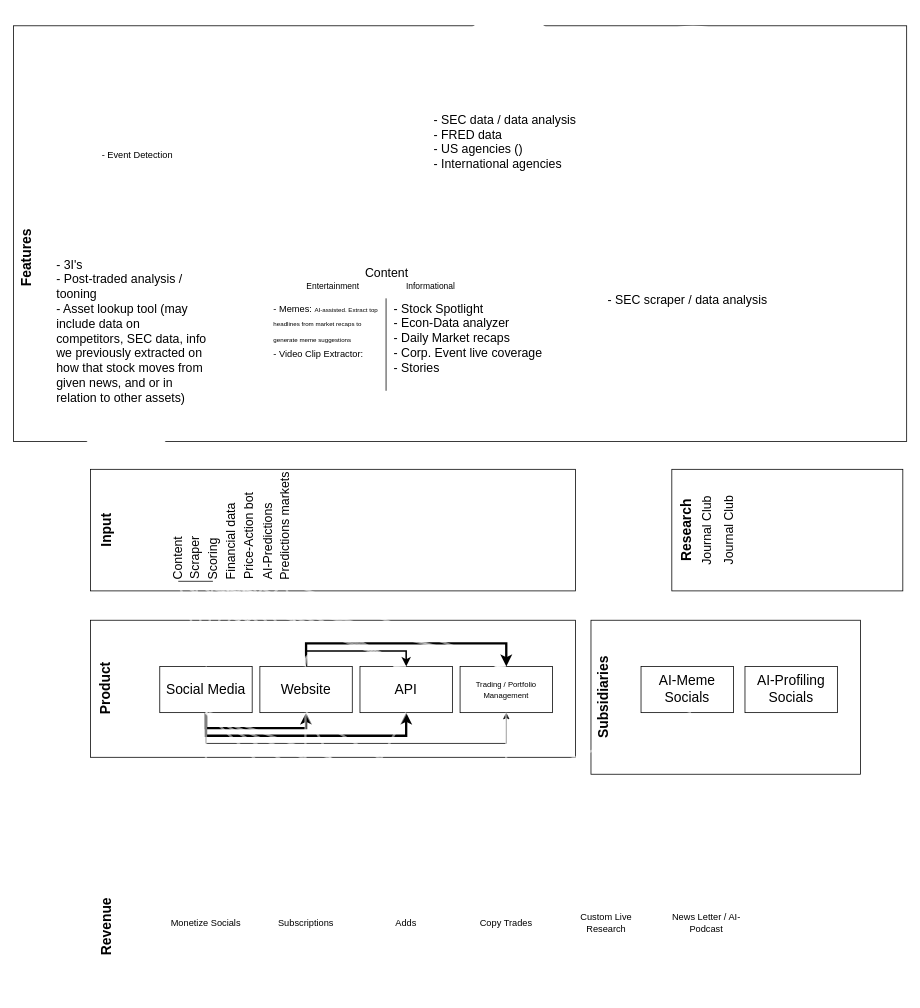
WillsHarris/Polaron_Claude_2024_contest keeps this draw.io diagram as Untitled Diagram.drawio. Above is the earlier version. Source tidied: cells renumbered, new cells numbered last; positions are measured from the earlier drawing's top-left corner, leaving out a move shared by most shapes. Both pictures are drawn from the tidied source at 77%, with x=0, y=0 at pixel (-156, 13).
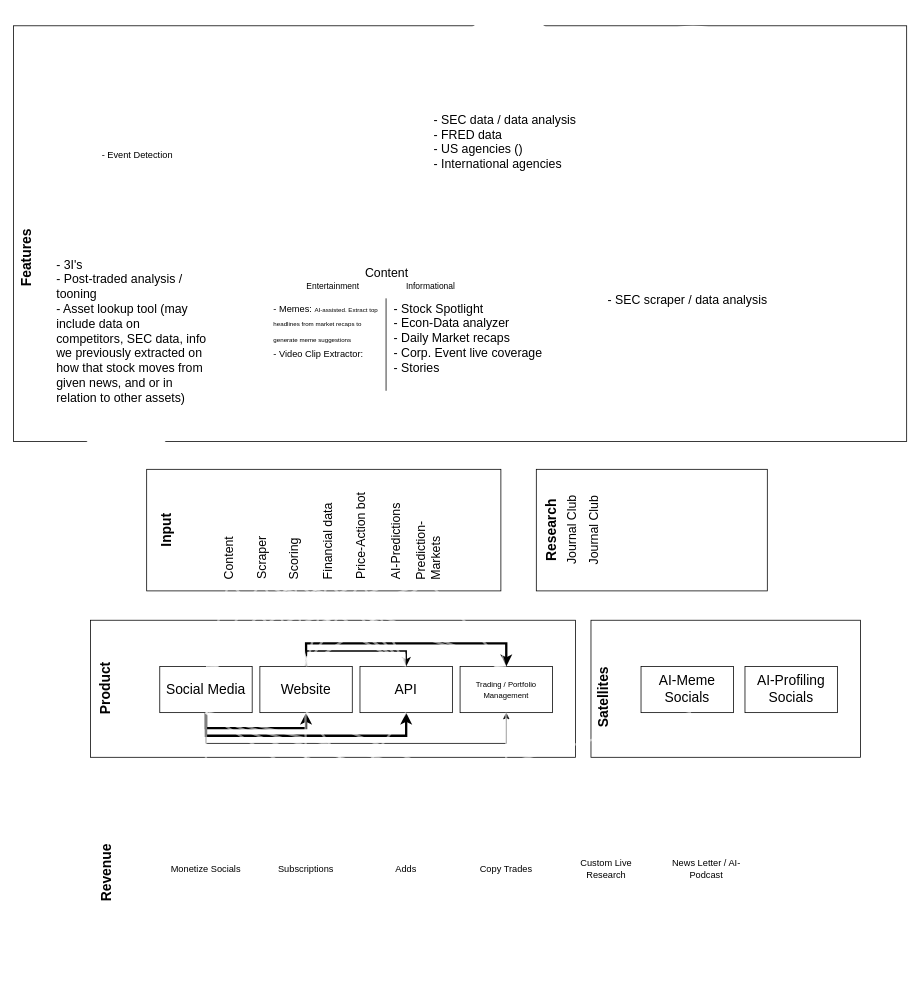
The same diagram, later.

The change refers to these unchanged cells:
```xml
<mxCell id="11" value="&lt;p style=&quot;language:en-US;margin-top:0pt;margin-bottom:0pt;margin-left:0in;&amp;lt;br/&amp;gt;text-align:center;direction:ltr;unicode-bidi:embed;mso-line-break-override:&amp;lt;br/&amp;gt;none;word-break:normal;punctuation-wrap:hanging&quot;&gt;&lt;font style=&quot;font-size: 18px;&quot;&gt;&lt;span style=&quot;color: light-dark(rgb(0, 0, 0), rgb(255, 255, 102));&quot;&gt;Website&lt;/span&gt;&lt;/font&gt;&lt;/p&gt;" style="rounded=0;whiteSpace=wrap;html=1;strokeColor=light-dark(#000000,transparent);fillColor=light-dark(#FFFFFF,#999999);" parent="1" vertex="1">
  <mxGeometry x="539" y="848" width="120" height="60" as="geometry" />
</mxCell>
```

Change to the diagram source:
```diff
@@
     <mxCell id="2" style="rounded=0;whiteSpace=wrap;html=1;labelBorderColor=none;fontColor=light-dark(#000000,#CCCCCC);fillColor=light-dark(#FFFFFF,#E6E6E6);strokeColor=none;" parent="1" vertex="1">
-      <mxGeometry x="319" y="1116" width="900" height="140" as="geometry" />
+      <mxGeometry x="319" y="1046" width="900" height="140" as="geometry" />
     </mxCell>
     <mxCell id="3" style="rounded=0;whiteSpace=wrap;html=1;labelBorderColor=none;fontColor=light-dark(#000000,#CCCCCC);fillColor=light-dark(#FFFFFF,#E6E6E6);" parent="1" vertex="1">
-      <mxGeometry x="319" y="592" width="630" height="157.9" as="geometry" />
+      <mxGeometry x="392" y="592" width="460" height="157.9" as="geometry" />
     </mxCell>
@@
     <mxCell id="14" value="&lt;b&gt;&lt;span style=&quot;color: light-dark(rgb(0, 0, 0), rgb(0, 0, 0));&quot;&gt;Input&lt;/span&gt;&lt;/b&gt;" style="text;html=1;whiteSpace=wrap;strokeColor=none;fillColor=none;align=center;verticalAlign=middle;rounded=0;rotation=270;strokeWidth=1;fontSize=18;" parent="1" vertex="1">
-      <mxGeometry x="283" y="658.5" width="115" height="25" as="geometry" />
+      <mxGeometry x="360" y="658.5" width="115" height="25" as="geometry" />
     </mxCell>
     <mxCell id="15" value="&lt;span&gt;&lt;br&gt;&lt;br&gt;&lt;br&gt;&lt;br&gt;&lt;br&gt;&lt;br&gt;&lt;/span&gt;&lt;p style=&quot;language:en-US;margin-top:0pt;margin-bottom:0pt;margin-left:0in;&amp;lt;br/&amp;gt;text-align:center;direction:ltr;unicode-bidi:embed;mso-line-break-override:&amp;lt;br/&amp;gt;none;word-break:normal;punctuation-wrap:hanging&quot;&gt;Monetize Socials&lt;/p&gt;&lt;span style=&quot;color: rgba(0, 0, 0, 0);&quot;&gt;&lt;br&gt;&lt;br&gt;&lt;br&gt;&lt;br&gt;&lt;br&gt;&lt;/span&gt;&lt;div&gt;&lt;span style=&quot;color: rgba(0, 0, 0, 0);&quot;&gt;&lt;br&gt;&lt;/span&gt;&lt;/div&gt;" style="rounded=0;whiteSpace=wrap;html=1;strokeColor=none;fillColor=light-dark(#FFFFFF,#999999);" parent="1" vertex="1">
-      <mxGeometry x="409" y="1151" width="120" height="60" as="geometry" />
+      <mxGeometry x="409" y="1081" width="120" height="60" as="geometry" />
     </mxCell>
     <mxCell id="16" value="&lt;p style=&quot;language:en-US;margin-top:0pt;margin-bottom:0pt;margin-left:0in;&amp;lt;br/&amp;gt;text-align:center;direction:ltr;unicode-bidi:embed;mso-line-break-override:&amp;lt;br/&amp;gt;none;word-break:normal;punctuation-wrap:hanging&quot;&gt;Subscriptions&lt;/p&gt;" style="rounded=0;whiteSpace=wrap;html=1;strokeColor=none;fillColor=light-dark(#FFFFFF,#999999);" parent="1" vertex="1">
-      <mxGeometry x="539" y="1151" width="120" height="60" as="geometry" />
+      <mxGeometry x="539" y="1081" width="120" height="60" as="geometry" />
     </mxCell>
     <mxCell id="17" value="&lt;p style=&quot;language:en-US;margin-top:0pt;margin-bottom:0pt;margin-left:0in;&amp;lt;br/&amp;gt;text-align:center;direction:ltr;unicode-bidi:embed;mso-line-break-override:&amp;lt;br/&amp;gt;none;word-break:normal;punctuation-wrap:hanging&quot;&gt;Adds&lt;/p&gt;" style="rounded=0;whiteSpace=wrap;html=1;strokeColor=none;fillColor=light-dark(#FFFFFF,#999999);" parent="1" vertex="1">
-      <mxGeometry x="669" y="1151" width="120" height="60" as="geometry" />
+      <mxGeometry x="669" y="1081" width="120" height="60" as="geometry" />
     </mxCell>
     <mxCell id="18" value="&lt;div&gt;&lt;b style=&quot;color: light-dark(rgb(0, 0, 0), rgb(0, 0, 0));&quot;&gt;Revenue&lt;/b&gt;&lt;/div&gt;" style="text;html=1;whiteSpace=wrap;strokeColor=none;fillColor=none;align=center;verticalAlign=middle;rounded=0;rotation=270;strokeWidth=1;fontSize=18;" parent="1" vertex="1">
-      <mxGeometry x="283" y="1173.5" width="115" height="25" as="geometry" />
+      <mxGeometry x="283" y="1103.5" width="115" height="25" as="geometry" />
     </mxCell>
     <mxCell id="19" value="&lt;div align=&quot;left&quot;&gt;&lt;div&gt;Content&lt;/div&gt;&lt;/div&gt;" style="text;html=1;whiteSpace=wrap;strokeColor=none;fillColor=none;align=left;verticalAlign=middle;rounded=0;rotation=270;strokeWidth=1;fontSize=16;fontColor=light-dark(#000000,#000000);" parent="1" vertex="1">
-      <mxGeometry x="383" y="676" width="100" height="22.9" as="geometry" />
+      <mxGeometry x="449" y="676" width="100" height="22.9" as="geometry" />
     </mxCell>
@@
     <mxCell id="21" value="&lt;p style=&quot;language:en-US;margin-top:0pt;margin-bottom:0pt;margin-left:0in;&amp;lt;br/&amp;gt;text-align:center;direction:ltr;unicode-bidi:embed;mso-line-break-override:&amp;lt;br/&amp;gt;none;word-break:normal;punctuation-wrap:hanging&quot;&gt;Copy Trades&lt;/p&gt;" style="rounded=0;whiteSpace=wrap;html=1;strokeColor=none;fillColor=light-dark(#FFFFFF,#999999);" parent="1" vertex="1">
-      <mxGeometry x="799" y="1151" width="120" height="60" as="geometry" />
+      <mxGeometry x="799" y="1081" width="120" height="60" as="geometry" />
     </mxCell>
@@
     <mxCell id="23" value="&lt;p style=&quot;language:en-US;margin-top:0pt;margin-bottom:0pt;margin-left:0in;&amp;lt;br/&amp;gt;text-align:center;direction:ltr;unicode-bidi:embed;mso-line-break-override:&amp;lt;br/&amp;gt;none;word-break:normal;punctuation-wrap:hanging&quot;&gt;Custom Live Research&lt;/p&gt;" style="rounded=0;whiteSpace=wrap;html=1;strokeColor=none;fillColor=light-dark(#FFFFFF,#999999);" parent="1" vertex="1">
-      <mxGeometry x="929" y="1151" width="120" height="60" as="geometry" />
+      <mxGeometry x="929" y="1081" width="120" height="60" as="geometry" />
     </mxCell>
     <mxCell id="24" value="News Letter / AI-Podcast" style="rounded=0;whiteSpace=wrap;html=1;strokeColor=none;fillColor=light-dark(#FFFFFF,#999999);" parent="1" vertex="1">
-      <mxGeometry x="1059" y="1151" width="120" height="60" as="geometry" />
+      <mxGeometry x="1059" y="1081" width="120" height="60" as="geometry" />
     </mxCell>
     <mxCell id="25" style="rounded=0;whiteSpace=wrap;html=1;labelBorderColor=none;fontColor=light-dark(#000000,#CCCCCC);fillColor=light-dark(#FFFFFF,#E6E6E6);" parent="1" vertex="1">
-      <mxGeometry x="969" y="788" width="350" height="200" as="geometry" />
+      <mxGeometry x="969" y="788" width="350" height="178" as="geometry" />
     </mxCell>
-    <mxCell id="26" value="&lt;b&gt;&lt;span style=&quot;color: light-dark(rgb(0, 0, 0), rgb(0, 0, 0));&quot;&gt;Subsidiaries&lt;/span&gt;&lt;/b&gt;" style="text;html=1;whiteSpace=wrap;strokeColor=none;fillColor=none;align=center;verticalAlign=middle;rounded=0;rotation=270;strokeWidth=1;fontSize=18;" parent="1" vertex="1">
+    <mxCell id="26" value="&lt;b&gt;&lt;span style=&quot;color: light-dark(rgb(0, 0, 0), rgb(0, 0, 0));&quot;&gt;Satellites&lt;/span&gt;&lt;/b&gt;" style="text;html=1;whiteSpace=wrap;strokeColor=none;fillColor=none;align=center;verticalAlign=middle;rounded=0;rotation=270;strokeWidth=1;fontSize=18;" parent="1" vertex="1">
       <mxGeometry x="884" y="875.5" width="203" height="25" as="geometry" />
     </mxCell>
@@
-    <mxCell id="46" style="endArrow=classic;html=1;rounded=0;exitX=0.5;exitY=1;exitDx=0;exitDy=0;exitPerimeter=0;strokeColor=light-dark(#FFFFFF,#999999);strokeWidth=3;opacity=50;" parent="1" edge="1">
+    <mxCell id="46" style="endArrow=classic;html=1;rounded=0;exitX=0.5;exitY=1;exitDx=0;exitDy=0;exitPerimeter=0;strokeColor=light-dark(#FFFFFF,#999999);strokeWidth=3;opacity=50;entryX=0.5;entryY=0;entryDx=0;entryDy=0;" parent="1" edge="1" target="16">
       <mxGeometry relative="1" as="geometry">
         <mxPoint x="598.2" y="908" as="sourcePoint" />
-        <mxPoint x="598" y="1151" as="targetPoint" />
       </mxGeometry>
     </mxCell>
-    <mxCell id="47" style="endArrow=classic;html=1;rounded=0;exitX=0.5;exitY=1;exitDx=0;exitDy=0;strokeColor=light-dark(#FFFFFF,#999999);strokeWidth=3;opacity=50;" parent="1" edge="1" source="11">
-      <mxGeometry relative="1" as="geometry">
-        <mxPoint x="728.7" y="1151" as="targetPoint" />
-      </mxGeometry>
+    <mxCell id="47" style="endArrow=classic;html=1;rounded=0;exitX=0.5;exitY=1;exitDx=0;exitDy=0;strokeColor=light-dark(#FFFFFF,#999999);strokeWidth=3;opacity=50;entryX=0.5;entryY=0;entryDx=0;entryDy=0;" parent="1" edge="1" source="11" target="17">
+      <mxGeometry relative="1" as="geometry" />
     </mxCell>
@@
-    <mxCell id="49" style="endArrow=classic;html=1;rounded=0;exitX=0.5;exitY=1;exitDx=0;exitDy=0;strokeColor=light-dark(#FFFFFF,#999999);strokeWidth=3;opacity=50;" parent="1" edge="1">
+    <mxCell id="49" style="endArrow=classic;html=1;rounded=0;exitX=0.5;exitY=1;exitDx=0;exitDy=0;strokeColor=light-dark(#FFFFFF,#999999);strokeWidth=3;opacity=50;entryX=0.5;entryY=0;entryDx=0;entryDy=0;" parent="1" edge="1" target="16">
       <mxGeometry relative="1" as="geometry">
         <mxPoint x="729" y="908" as="sourcePoint" />
-        <mxPoint x="599" y="1146" as="targetPoint" />
       </mxGeometry>
     </mxCell>
@@
-    <mxCell id="51" style="endArrow=classic;html=1;rounded=0;exitX=0.5;exitY=1;exitDx=0;exitDy=0;exitPerimeter=0;strokeColor=light-dark(#FFFFFF,#999999);strokeWidth=3;opacity=50;" parent="1" edge="1">
+    <mxCell id="51" style="endArrow=classic;html=1;rounded=0;exitX=0.5;exitY=1;exitDx=0;exitDy=0;exitPerimeter=0;strokeColor=light-dark(#FFFFFF,#999999);strokeWidth=3;opacity=50;entryX=0.5;entryY=0;entryDx=0;entryDy=0;" parent="1" edge="1" target="21">
       <mxGeometry relative="1" as="geometry">
         <mxPoint x="858.8" y="908" as="sourcePoint" />
-        <mxPoint x="859" y="1151" as="targetPoint" />
       </mxGeometry>
     </mxCell>
     <mxCell id="52" style="rounded=0;whiteSpace=wrap;html=1;labelBorderColor=none;fontColor=light-dark(#000000,#CCCCCC);fillColor=light-dark(#FFFFFF,#E6E6E6);" parent="1" vertex="1">
-      <mxGeometry x="1074" y="592" width="300" height="157.9" as="geometry" />
+      <mxGeometry x="898" y="592" width="300" height="157.9" as="geometry" />
     </mxCell>
     <mxCell id="53" value="&lt;b&gt;&lt;span style=&quot;color: light-dark(rgb(0, 0, 0), rgb(0, 0, 0));&quot;&gt;Research&lt;/span&gt;&lt;/b&gt;" style="text;html=1;whiteSpace=wrap;strokeColor=none;fillColor=none;align=center;verticalAlign=middle;rounded=0;rotation=270;strokeWidth=1;fontSize=18;" parent="1" vertex="1">
-      <mxGeometry x="1019" y="658.5" width="149" height="25" as="geometry" />
+      <mxGeometry x="843" y="658.5" width="149" height="25" as="geometry" />
     </mxCell>
     <mxCell id="54" value="&lt;div align=&quot;left&quot;&gt;&lt;div&gt;Journal Club&lt;/div&gt;&lt;/div&gt;&lt;div&gt;&lt;br&gt;&lt;/div&gt;" style="text;html=1;whiteSpace=wrap;strokeColor=none;fillColor=none;align=center;verticalAlign=middle;rounded=0;rotation=270;strokeWidth=1;fontSize=16;fontColor=light-dark(#000000,#000000);" parent="1" vertex="1">
-      <mxGeometry x="1051.5" y="649.5" width="156.2" height="43" as="geometry" />
+      <mxGeometry x="875.5" y="649.5" width="156.2" height="43" as="geometry" />
     </mxCell>
     <mxCell id="55" value="&lt;div align=&quot;left&quot;&gt;&lt;div&gt;Journal Club&lt;/div&gt;&lt;/div&gt;&lt;div&gt;&lt;br&gt;&lt;/div&gt;" style="text;html=1;whiteSpace=wrap;strokeColor=none;fillColor=none;align=center;verticalAlign=middle;rounded=0;rotation=270;strokeWidth=1;fontSize=16;fontColor=light-dark(#000000,#000000);" parent="1" vertex="1">
-      <mxGeometry x="1080" y="649.5" width="156.2" height="43" as="geometry" />
+      <mxGeometry x="904" y="649.5" width="156.2" height="43" as="geometry" />
     </mxCell>
     <mxCell id="56" value="Scraper" style="text;html=1;whiteSpace=wrap;strokeColor=none;fillColor=none;align=left;verticalAlign=middle;rounded=0;rotation=270;strokeWidth=1;fontSize=16;fontColor=light-dark(#000000,#000000);" parent="1" vertex="1">
-      <mxGeometry x="405.5" y="676" width="100" height="22.9" as="geometry" />
+      <mxGeometry x="491.5" y="676" width="100" height="22.9" as="geometry" />
     </mxCell>
     <mxCell id="57" value="Scoring" style="text;html=1;whiteSpace=wrap;strokeColor=none;fillColor=none;align=left;verticalAlign=middle;rounded=0;rotation=270;strokeWidth=1;fontSize=16;fontColor=light-dark(#000000,#000000);" parent="1" vertex="1">
-      <mxGeometry x="428" y="676" width="100" height="22.9" as="geometry" />
+      <mxGeometry x="534" y="676" width="100" height="22.9" as="geometry" />
     </mxCell>
     <mxCell id="58" value="&lt;div align=&quot;left&quot;&gt;Financial data&lt;/div&gt;" style="text;html=1;whiteSpace=wrap;strokeColor=none;fillColor=none;align=left;verticalAlign=middle;rounded=0;rotation=270;strokeWidth=1;fontSize=16;fontColor=light-dark(#000000,#000000);" parent="1" vertex="1">
-      <mxGeometry x="445.9" y="671" width="110.1" height="22.9" as="geometry" />
+      <mxGeometry x="571.9" y="671" width="110.1" height="22.9" as="geometry" />
     </mxCell>
     <mxCell id="59" value="Price-Action bot" style="text;html=1;whiteSpace=wrap;strokeColor=none;fillColor=none;align=left;verticalAlign=middle;rounded=0;rotation=270;strokeWidth=1;fontSize=16;fontColor=light-dark(#000000,#000000);" parent="1" vertex="1">
-      <mxGeometry x="447.7" y="649.2" width="153.6" height="22.9" as="geometry" />
+      <mxGeometry x="593.7" y="649.2" width="153.6" height="22.9" as="geometry" />
     </mxCell>
     <mxCell id="60" value="&lt;div align=&quot;left&quot;&gt;AI-Predictions&lt;/div&gt;" style="text;html=1;whiteSpace=wrap;strokeColor=none;fillColor=none;align=left;verticalAlign=middle;rounded=0;rotation=270;strokeWidth=1;fontSize=16;fontColor=light-dark(#000000,#000000);" parent="1" vertex="1">
-      <mxGeometry x="471.7" y="649.5" width="153.6" height="22.9" as="geometry" />
+      <mxGeometry x="637.8" y="649.5" width="153.6" height="22.9" as="geometry" />
     </mxCell>
-    <mxCell id="61" value="&lt;div align=&quot;left&quot;&gt;Predictions markets&lt;/div&gt;" style="text;html=1;whiteSpace=wrap;strokeColor=none;fillColor=none;align=left;verticalAlign=middle;rounded=0;rotation=270;strokeWidth=1;fontSize=16;fontColor=light-dark(#000000,#000000);" parent="1" vertex="1">
-      <mxGeometry x="494.4" y="649.5" width="153.6" height="22.9" as="geometry" />
+    <mxCell id="61" value="&lt;div align=&quot;left&quot;&gt;Prediction-&amp;nbsp;&lt;/div&gt;&lt;div align=&quot;left&quot;&gt;Markets&lt;/div&gt;" style="text;html=1;whiteSpace=wrap;strokeColor=none;fillColor=none;align=left;verticalAlign=middle;rounded=0;rotation=270;strokeWidth=1;fontSize=16;fontColor=light-dark(#000000,#000000);" parent="1" vertex="1">
+      <mxGeometry x="680.4" y="649.5" width="153.6" height="22.9" as="geometry" />
     </mxCell>
@@
-    <mxCell id="80" style="endArrow=none;html=1;rounded=0;exitX=0;exitY=0.5;exitDx=0;exitDy=0;entryX=0;entryY=0.5;entryDx=0;entryDy=0;" parent="1" edge="1" source="19" target="57">
-      <mxGeometry relative="1" as="geometry" />
-    </mxCell>
```
